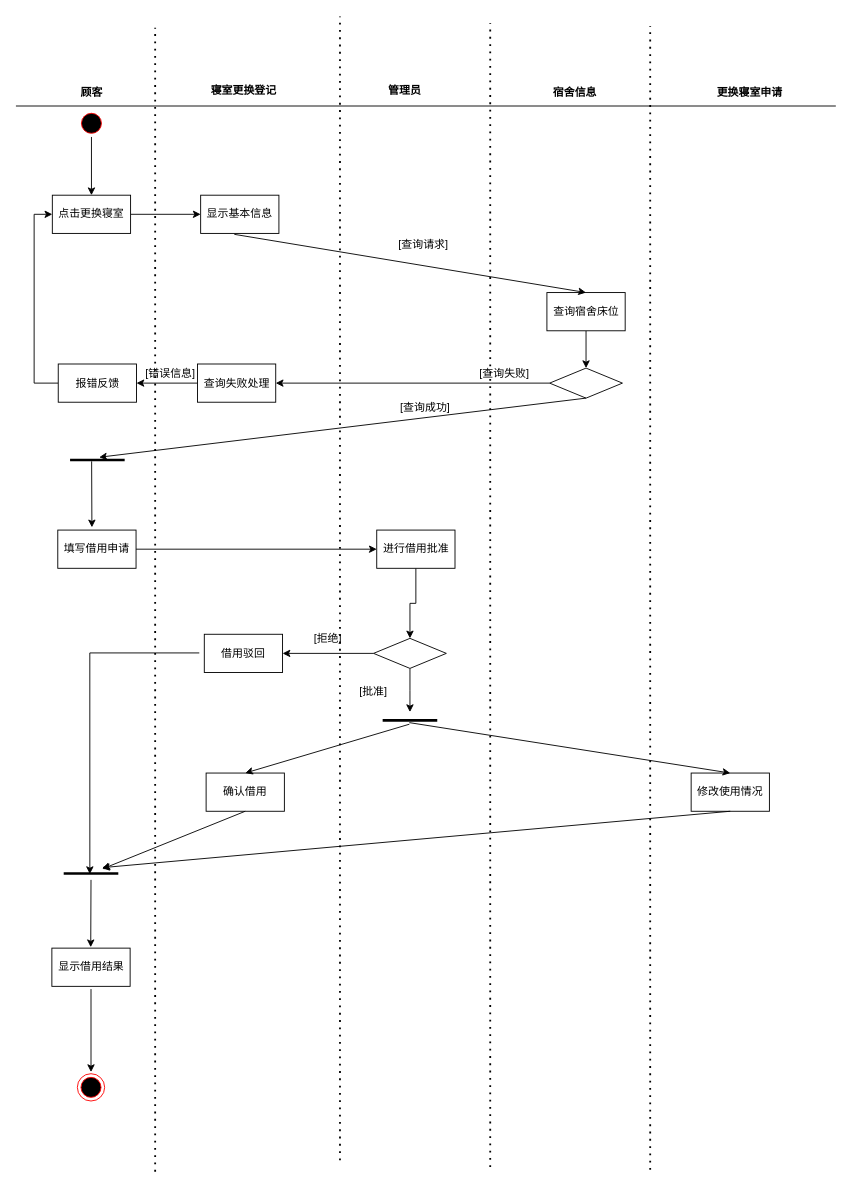
Before: 软件工程寝室更换.drawio in ZYNsama666/BackUp, a draw.io diagram. Source tidied: cells renumbered, new cells numbered last; positions are measured from the earlier drawing's top-left corner, leaving out a move shared by most shapes. Both pictures are drawn from the tidied source at 91%, with x=0, y=0 at pixel (15, 16).
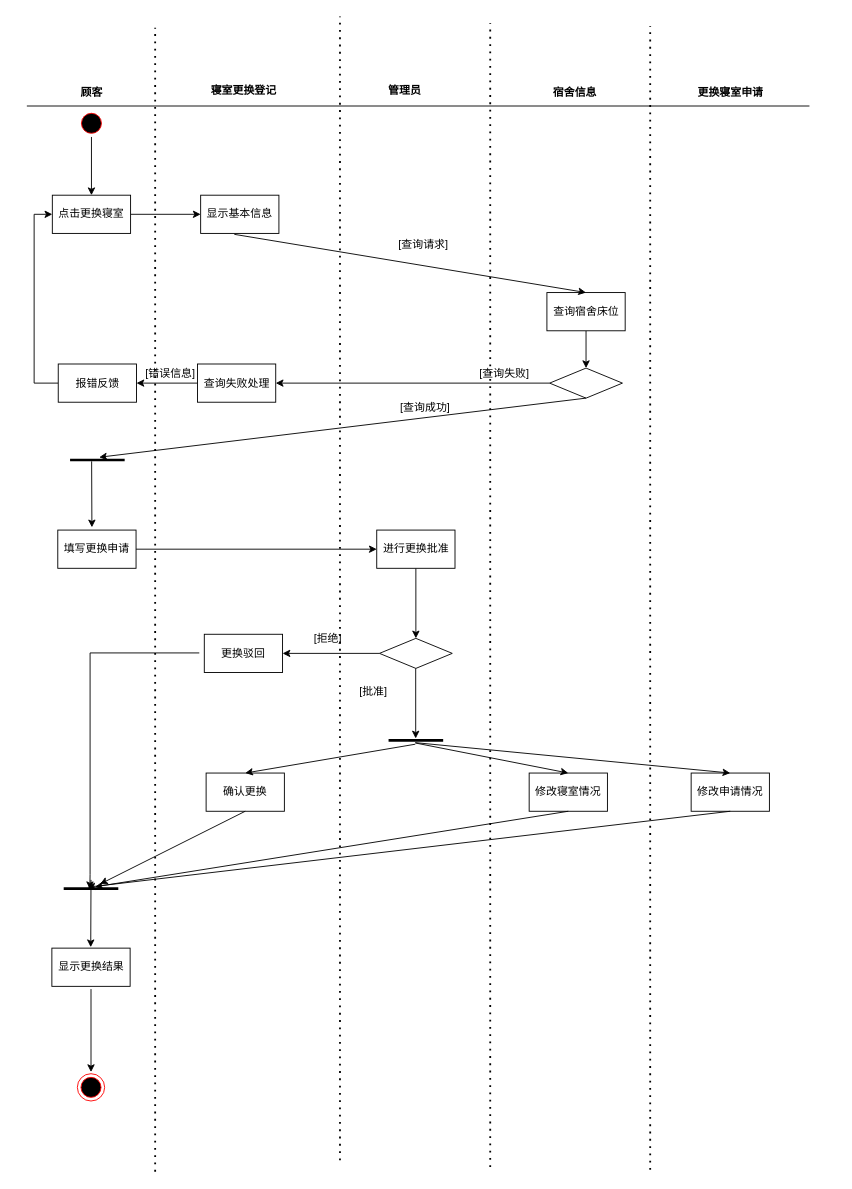
The same diagram, later.

Commit message (it also covers changes not shown here):
更新软件工程寝室更换.drawio

What changed in the source:
```diff
@@
     <mxCell id="2" style="line;strokeWidth=1;fillColor=none;align=left;verticalAlign=middle;spacingTop=-1;spacingLeft=3;spacingRight=3;labelPosition=right;strokeColor=inherit;" parent="1" vertex="1">
-      <mxGeometry y="94" width="901" height="8" as="geometry" />
+      <mxGeometry x="12" y="94" width="860" height="8" as="geometry" />
     </mxCell>
@@
     <mxCell id="5" value="更换寝室申请" style="text;align=center;fontStyle=1;verticalAlign=middle;spacingLeft=3;spacingRight=3;strokeColor=none;html=1;" parent="1" vertex="1">
-      <mxGeometry x="782" y="75" width="48" height="16" as="geometry" />
+      <mxGeometry x="761" y="75" width="48" height="16" as="geometry" />
     </mxCell>
@@
-    <mxCell id="24" value="确认借用" style="html=1;whiteSpace=wrap;" parent="1" vertex="1">
+    <mxCell id="24" value="确认更换" style="html=1;whiteSpace=wrap;" parent="1" vertex="1">
       <mxGeometry x="209" y="831" width="86" height="42" as="geometry" />
     </mxCell>
@@
-    <mxCell id="28" value="显示借用结果" style="html=1;whiteSpace=wrap;" parent="1" vertex="1">
+    <mxCell id="28" value="显示更换结果" style="html=1;whiteSpace=wrap;" parent="1" vertex="1">
       <mxGeometry x="39.5" y="1023.4" width="86" height="42" as="geometry" />
     </mxCell>
@@
-    <mxCell id="35" value="填写借用申请" style="html=1;whiteSpace=wrap;" parent="1" vertex="1">
+    <mxCell id="35" value="填写更换申请" style="html=1;whiteSpace=wrap;" parent="1" vertex="1">
       <mxGeometry x="46" y="564" width="86" height="42" as="geometry" />
     </mxCell>
@@
-    <mxCell id="37" value="进行借用批准" style="html=1;whiteSpace=wrap;" parent="1" vertex="1">
+    <mxCell id="37" value="进行更换批准" style="html=1;whiteSpace=wrap;" parent="1" vertex="1">
       <mxGeometry x="396.5" y="564" width="86" height="42" as="geometry" />
     </mxCell>
-    <mxCell id="38" style="edgeStyle=orthogonalEdgeStyle;rounded=0;jettySize=auto;html=1;" parent="1" edge="1" source="40">
-      <mxGeometry relative="1" as="geometry">
-        <mxPoint x="433" y="764" as="targetPoint" />
-      </mxGeometry>
-    </mxCell>
@@
     <mxCell id="40" style="rhombus;whiteSpace=wrap;html=1;" parent="1" vertex="1">
-      <mxGeometry x="393" y="683" width="80" height="33" as="geometry" />
+      <mxGeometry x="399.5" y="683" width="80" height="33" as="geometry" />
     </mxCell>
     <mxCell id="41" style="line;strokeWidth=3;dashed=0;labelPosition=right;align=left;verticalAlign=middle;spacingTop=0;spacingLeft=6;points=[];portConstraint=eastwest;fontSize=13;" parent="1" vertex="1">
-      <mxGeometry x="403" y="768" width="60" height="10" as="geometry" />
+      <mxGeometry x="409.5" y="790" width="60" height="10" as="geometry" />
     </mxCell>
@@
     <mxCell id="45" style="line;strokeWidth=3;dashed=0;labelPosition=right;align=left;verticalAlign=middle;spacingTop=0;spacingLeft=6;points=[];portConstraint=eastwest;fontSize=13;" parent="1" vertex="1">
-      <mxGeometry x="52.5" y="936.4" width="60" height="10" as="geometry" />
+      <mxGeometry x="52.5" y="953" width="60" height="10" as="geometry" />
     </mxCell>
@@
-    <mxCell id="49" value="借用驳回" style="html=1;whiteSpace=wrap;" parent="1" vertex="1">
+    <mxCell id="49" value="更换驳回" style="html=1;whiteSpace=wrap;" parent="1" vertex="1">
       <mxGeometry x="207" y="678.5" width="86" height="42" as="geometry" />
     </mxCell>
-    <mxCell id="50" value="修改使用情况" style="html=1;whiteSpace=wrap;" parent="1" vertex="1">
+    <mxCell id="50" value="修改申请情况" style="html=1;whiteSpace=wrap;" parent="1" vertex="1">
       <mxGeometry x="742" y="831" width="86" height="42" as="geometry" />
     </mxCell>
@@
-    <mxCell id="52" style="endArrow=classic;html=1;rounded=0;exitX=0.5;exitY=1;exitDx=0;exitDy=0;" parent="1" edge="1" source="50">
-      <mxGeometry relative="1" as="geometry">
-        <mxPoint x="94.6" y="935" as="targetPoint" />
-      </mxGeometry>
+    <mxCell id="52" style="endArrow=classic;html=1;rounded=0;exitX=0.5;exitY=1;exitDx=0;exitDy=0;entryX=0.438;entryY=0.347;entryDx=0;entryDy=0;entryPerimeter=0;" parent="1" edge="1" source="50" target="45">
+      <mxGeometry relative="1" as="geometry" />
     </mxCell>
@@
+    <mxCell id="56" style="edgeStyle=orthogonalEdgeStyle;rounded=0;orthogonalLoop=1;jettySize=auto;html=1;entryX=0.5;entryY=0;entryDx=0;entryDy=0;" parent="1" edge="1">
+      <mxGeometry relative="1" as="geometry">
+        <mxPoint x="439.3" y="716" as="sourcePoint" />
+        <mxPoint x="439.3" y="793" as="targetPoint" />
+      </mxGeometry>
+    </mxCell>
+    <mxCell id="57" value="修改寝室情况" style="html=1;whiteSpace=wrap;" parent="1" vertex="1">
+      <mxGeometry x="564" y="831" width="86" height="42" as="geometry" />
+    </mxCell>
+    <mxCell id="58" style="endArrow=classic;html=1;rounded=0;entryX=0.5;entryY=0;entryDx=0;entryDy=0;" parent="1" edge="1" target="57">
+      <mxGeometry relative="1" as="geometry">
+        <mxPoint x="439" y="798" as="sourcePoint" />
+      </mxGeometry>
+    </mxCell>
+    <mxCell id="59" style="endArrow=classic;html=1;rounded=0;exitX=0.5;exitY=1;exitDx=0;exitDy=0;" parent="1" edge="1" source="57">
+      <mxGeometry relative="1" as="geometry">
+        <mxPoint x="87" y="956" as="targetPoint" />
+      </mxGeometry>
+    </mxCell>
```
